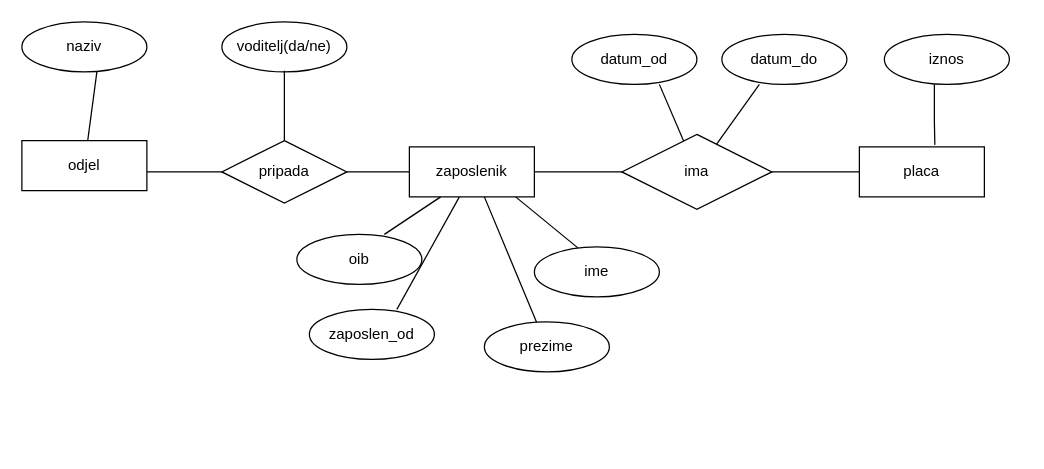
This is Novi.drawio from efibinger/BackendDeveloper, a draw.io file, before an edit. Source tidied: cells renumbered, new cells numbered last; positions are measured from the earlier drawing's top-left corner, leaving out a move shared by most shapes. Both pictures are drawn from the tidied source at 125%, with x=0, y=0 at pixel (21, 21).
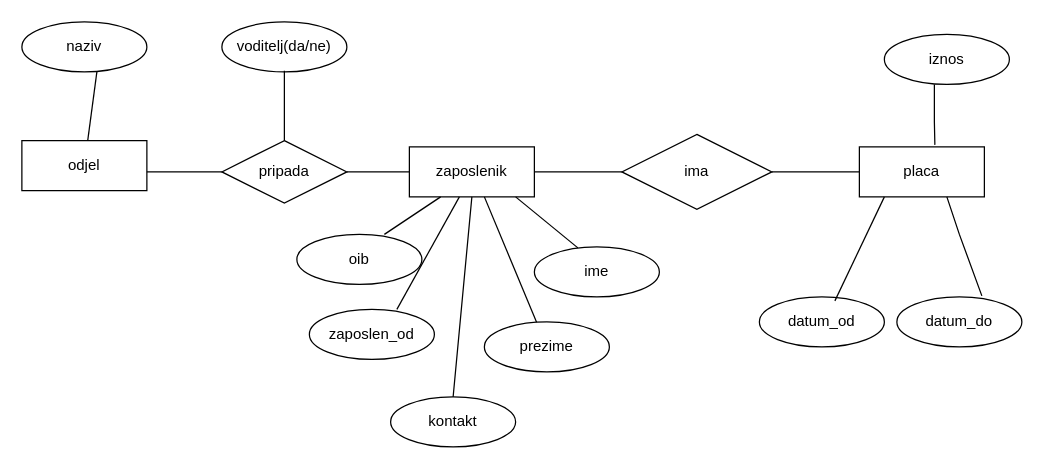
After the change.

The change refers to these unchanged cells:
```xml
<mxCell id="5" value="ima" style="shape=rhombus;perimeter=rhombusPerimeter;whiteSpace=wrap;html=1;align=center;" parent="1" vertex="1">
  <mxGeometry x="480" y="90" width="120" height="60" as="geometry" />
</mxCell>
```

What changed in the source:
```diff
@@
     <mxCell id="11" value="datum_od" style="ellipse;whiteSpace=wrap;html=1;align=center;" parent="1" vertex="1">
-      <mxGeometry x="440" y="10" width="100" height="40" as="geometry" />
+      <mxGeometry x="590" y="220" width="100" height="40" as="geometry" />
     </mxCell>
     <mxCell id="12" value="datum_do" style="ellipse;whiteSpace=wrap;html=1;align=center;" parent="1" vertex="1">
-      <mxGeometry x="560" y="10" width="100" height="40" as="geometry" />
+      <mxGeometry x="700" y="220" width="100" height="40" as="geometry" />
     </mxCell>
@@
-    <mxCell id="14" style="endArrow=none;html=1;rounded=0;" parent="1" edge="1" target="5">
+    <mxCell id="14" style="endArrow=none;html=1;rounded=0;entryX=0.604;entryY=0.08;entryDx=0;entryDy=0;entryPerimeter=0;" parent="1" edge="1" target="11">
       <mxGeometry relative="1" as="geometry">
-        <mxPoint x="590" y="50" as="sourcePoint" />
+        <mxPoint x="690" y="140" as="sourcePoint" />
       </mxGeometry>
     </mxCell>
-    <mxCell id="15" style="endArrow=none;html=1;rounded=0;" parent="1" edge="1" target="5">
+    <mxCell id="15" style="endArrow=none;html=1;rounded=0;entryX=0.68;entryY=-0.02;entryDx=0;entryDy=0;entryPerimeter=0;" parent="1" edge="1" target="12">
       <mxGeometry relative="1" as="geometry">
-        <mxPoint x="510" y="50" as="sourcePoint" />
+        <mxPoint x="740" y="140" as="sourcePoint" />
+        <Array as="points">
+          <mxPoint x="750" y="170" />
+        </Array>
       </mxGeometry>
     </mxCell>
@@
+    <mxCell id="30" value="kontakt" style="ellipse;whiteSpace=wrap;html=1;align=center;" parent="1" vertex="1">
+      <mxGeometry x="295" y="300" width="100" height="40" as="geometry" />
+    </mxCell>
+    <mxCell id="31" style="endArrow=none;html=1;rounded=0;entryX=0.5;entryY=0;entryDx=0;entryDy=0;" parent="1" edge="1" target="30">
+      <mxGeometry relative="1" as="geometry">
+        <mxPoint x="360" y="140" as="sourcePoint" />
+      </mxGeometry>
+    </mxCell>
```
